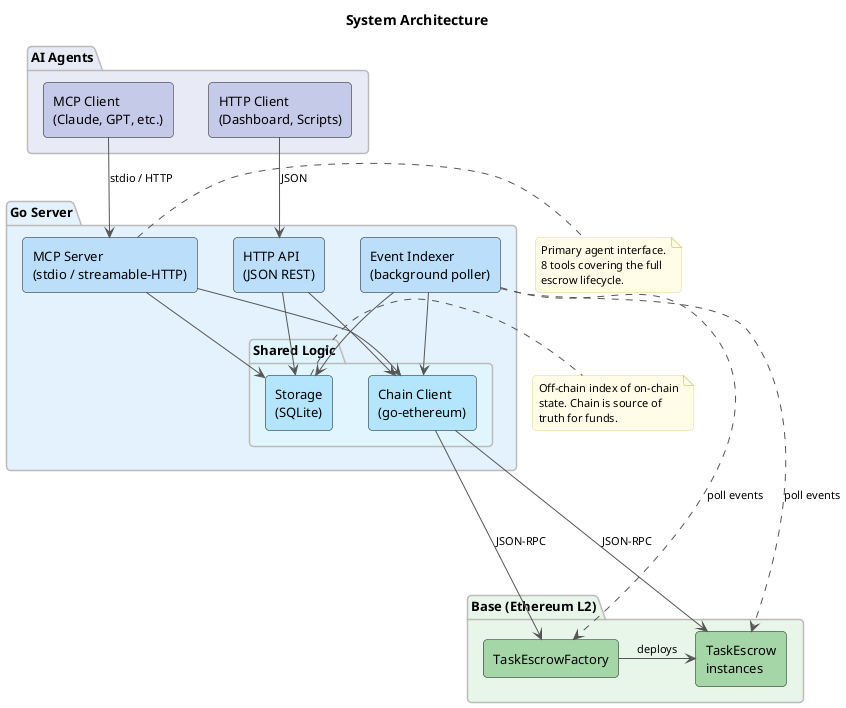
This is docs/diagrams/architecture.png from eddiefleurent/agent-escrow, a PlantUML export, as it was before one commit.
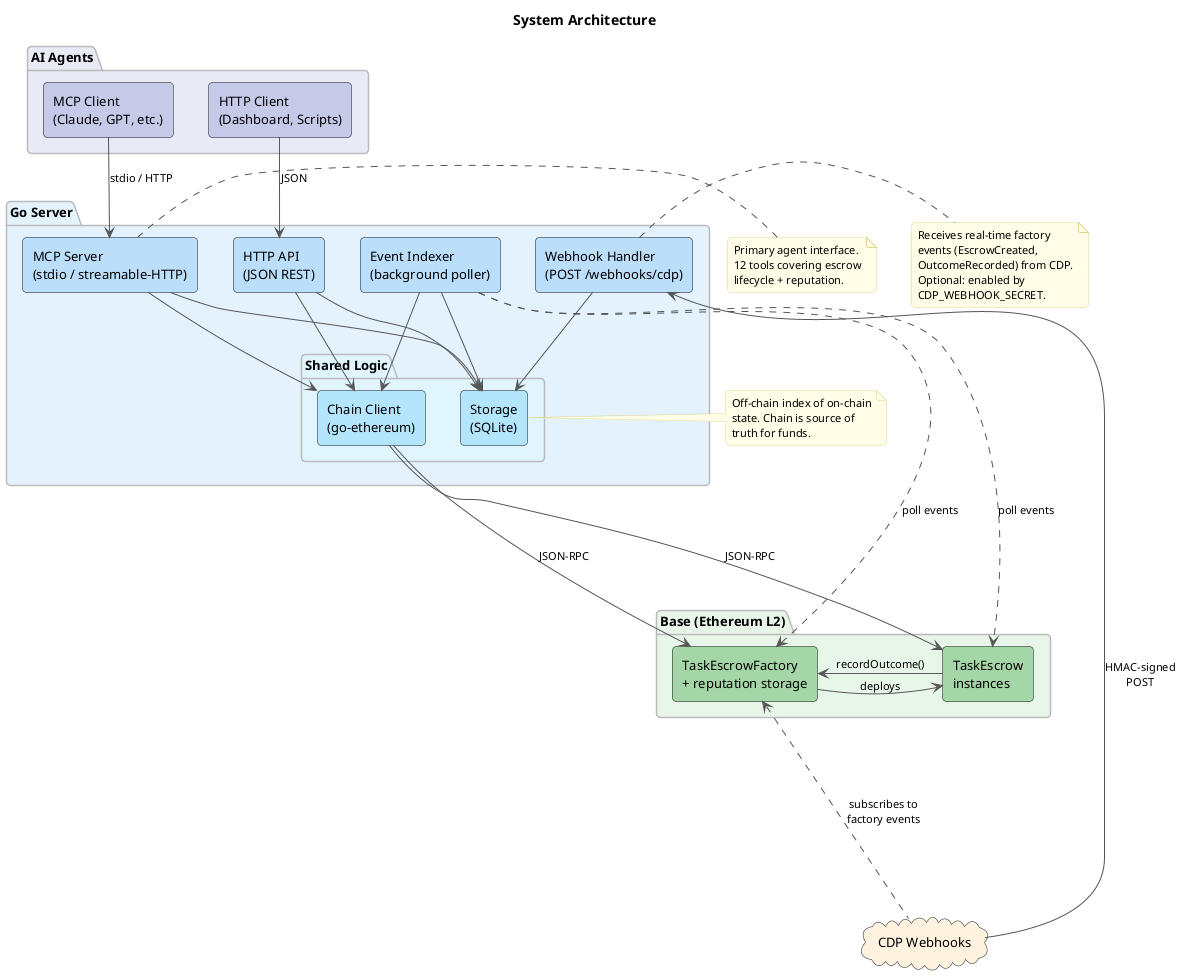
After the change.

Change to the diagram source:
```diff
@@ -29,6 +29,7 @@
 package "Go Server" as server #E3F2FD {
   [MCP Server\n(stdio / streamable-HTTP)] as mcp_server #BBDEFB
   [HTTP API\n(JSON REST)] as http_api #BBDEFB
+  [Webhook Handler\n(POST /webhooks/cdp)] as webhook #BBDEFB
   [Event Indexer\n(background poller)] as indexer #BBDEFB
 
   package "Shared Logic" as shared #E1F5FE {
@@ -40,15 +41,19 @@
   mcp_server -down-> storage
   http_api -down-> chain_client
   http_api -down-> storage
+  webhook -down-> storage
   indexer -down-> chain_client
   indexer -down-> storage
 }
 
 package "Base (Ethereum L2)" as chain #E8F5E9 {
-  [TaskEscrowFactory] as factory #A5D6A7
+  [TaskEscrowFactory\n+ reputation storage] as factory #A5D6A7
   [TaskEscrow\ninstances] as escrow #A5D6A7
   factory -right-> escrow : deploys
+  escrow -left-> factory : recordOutcome()
 }
+
+cloud "CDP Webhooks" as cdp #FFF3E0
 
 mcp_client -down-> mcp_server : stdio / HTTP
 http_client -down-> http_api : JSON
@@ -58,10 +63,21 @@
 indexer ..down..> factory : poll events
 indexer ..down..> escrow : poll events
 
+cdp -down-> webhook : HMAC-signed\nPOST
+cdp ..up..> factory : subscribes to\nfactory events
+
 note right of mcp_server
   Primary agent interface.
-  8 tools covering the full
-  escrow lifecycle.
+  12 tools covering escrow
+  lifecycle + reputation.
+end note
+
+note right of webhook
+  Receives real-time factory
+  events (EscrowCreated,
+  OutcomeRecorded) from CDP.
+  Optional: enabled by
+  CDP_WEBHOOK_SECRET.
 end note
 
 note right of storage
```
